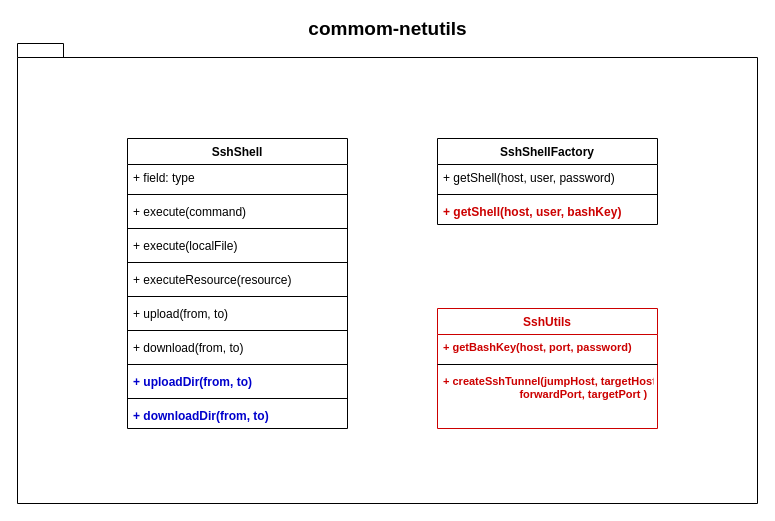
Before: page "第 5 页" (5 of 6) of st/ssh_tunnel.drawio in gaivin/drawio, a draw.io diagram. Source tidied: cells renumbered, new cells numbered last; positions are measured from the earlier drawing's top-left corner, leaving out a move shared by most shapes. Both pictures are drawn from the tidied source at 100%, with x=0, y=0 at pixel (17, 43).
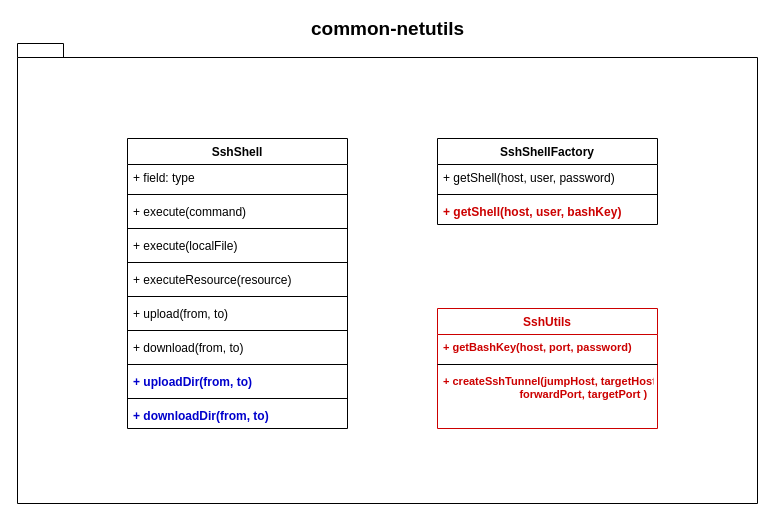
The same page after the edit.

Change to the diagram source:
```diff
@@
-    <mxCell id="2" value="commom-netutils" style="shape=folder;fontStyle=1;spacingTop=10;tabWidth=40;tabHeight=14;tabPosition=left;html=1;labelPosition=center;verticalLabelPosition=top;align=center;verticalAlign=bottom;fontSize=19;" parent="1" vertex="1">
+    <mxCell id="2" value="common-netutils" style="shape=folder;fontStyle=1;spacingTop=10;tabWidth=40;tabHeight=14;tabPosition=left;html=1;labelPosition=center;verticalLabelPosition=top;align=center;verticalAlign=bottom;fontSize=19;" parent="1" vertex="1">
       <mxGeometry width="740" height="460" as="geometry" />
     </mxCell>
```
